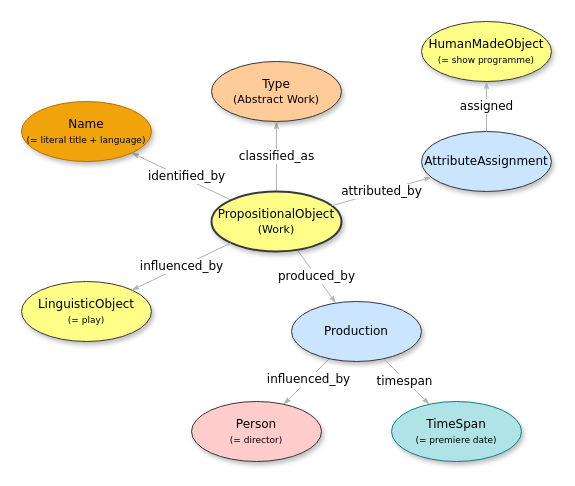
Earlier version of the draw.io diagram Figures-Cookbook/A.drawio (stage-to-data/linked-art-pa). Source tidied: cells renumbered, new cells numbered last; positions are measured from the earlier drawing's top-left corner, leaving out a move shared by most shapes. Both pictures are drawn from the tidied source at 100%, with x=0, y=0 at pixel (21, 21).
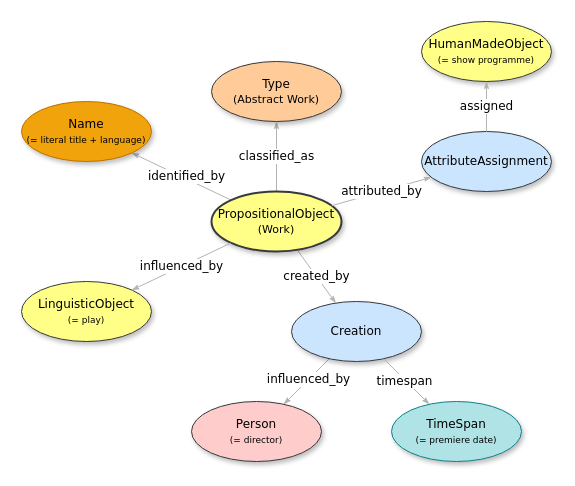
The same page after the edit.

The change refers to these unchanged cells:
```xml
<mxCell id="6" value="PropositionalObject&lt;div&gt;&lt;span style=&quot;font-size: 11px; background-color: initial;&quot;&gt;(W&lt;/span&gt;&lt;span style=&quot;font-size: 11px; background-color: initial;&quot;&gt;ork)&lt;/span&gt;&lt;/div&gt;" style="ellipse;whiteSpace=wrap;html=1;rounded=0;shadow=1;comic=0;labelBackgroundColor=none;strokeWidth=2;fontFamily=Verdana;fontSize=12;align=center;fillColor=#ffff88;strokeColor=#36393d;" parent="1" vertex="1">
  <mxGeometry x="190" y="170" width="130" height="60" as="geometry" />
</mxCell>
```

Change to the diagram source:
```diff
@@
-    <mxCell id="5" value="produced_by" style="edgeStyle=none;rounded=1;html=1;labelBackgroundColor=#FFFFFF;startArrow=none;startFill=0;startSize=5;endArrow=classicThin;endFill=1;endSize=5;jettySize=auto;strokeColor=#B3B3B3;strokeWidth=1;fontFamily=Verdana;fontSize=12;" parent="1" edge="1" source="6" target="10">
+    <mxCell id="5" value="creat&lt;span style=&quot;background-color: light-dark(rgb(255, 255, 255), rgb(18, 18, 18)); color: light-dark(rgb(0, 0, 0), rgb(255, 255, 255));&quot;&gt;ed_by&lt;/span&gt;" style="edgeStyle=none;rounded=1;html=1;labelBackgroundColor=#FFFFFF;startArrow=none;startFill=0;startSize=5;endArrow=classicThin;endFill=1;endSize=5;jettySize=auto;strokeColor=#B3B3B3;strokeWidth=1;fontFamily=Verdana;fontSize=12;" parent="1" edge="1" source="6" target="10">
       <mxGeometry relative="1" as="geometry" />
     </mxCell>
@@
-    <mxCell id="10" value="&lt;span&gt;Production&lt;/span&gt;" style="ellipse;whiteSpace=wrap;html=1;rounded=0;shadow=1;comic=0;labelBackgroundColor=none;strokeWidth=1;fontFamily=Verdana;fontSize=12;align=center;fillColor=#cce5ff;strokeColor=#36393d;" parent="1" vertex="1">
+    <mxCell id="10" value="&lt;span&gt;Creation&lt;/span&gt;" style="ellipse;whiteSpace=wrap;html=1;rounded=0;shadow=1;comic=0;labelBackgroundColor=none;strokeWidth=1;fontFamily=Verdana;fontSize=12;align=center;fillColor=#cce5ff;strokeColor=#36393d;" parent="1" vertex="1">
       <mxGeometry x="270" y="280" width="130" height="60" as="geometry" />
     </mxCell>
```
